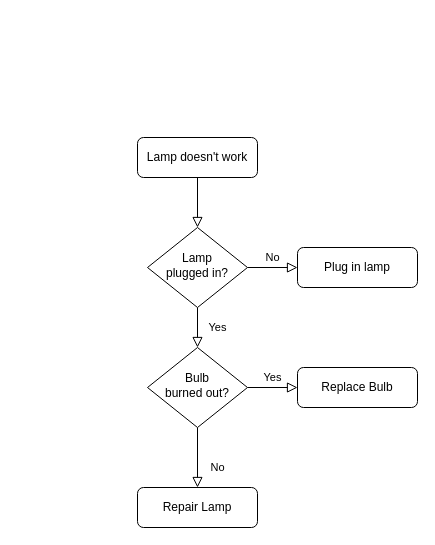
Above: Untitled Diagram.drawio in multi-io/drivetest (draw.io), before the change. Source tidied: cells renumbered, new cells numbered last; positions are measured from the earlier drawing's top-left corner, leaving out a move shared by most shapes. Both pictures are drawn from the tidied source at 100%, with x=0, y=0 at pixel (137, 137).
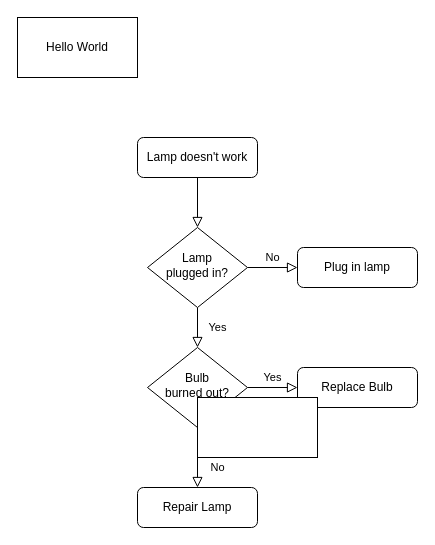
Above is the later version.

Change to the diagram source:
```diff
@@
 <mxGraphModel>
   <root>
     <mxCell id="0" />
     <mxCell id="1" parent="0" />
     <mxCell id="2" style="rounded=0;html=1;jettySize=auto;fontSize=11;endArrow=block;endFill=0;endSize=8;strokeWidth=1;shadow=0;labelBackgroundColor=none;edgeStyle=orthogonalEdgeStyle;" parent="1" edge="1" source="3" target="6">
       <mxGeometry relative="1" as="geometry" />
     </mxCell>
     <mxCell id="3" value="Lamp doesn't work" style="rounded=1;whiteSpace=wrap;html=1;fontSize=12;glass=0;strokeWidth=1;shadow=0;" parent="1" vertex="1">
       <mxGeometry width="120" height="40" as="geometry" />
     </mxCell>
     <mxCell id="4" value="Yes" style="rounded=0;html=1;jettySize=auto;fontSize=11;endArrow=block;endFill=0;endSize=8;strokeWidth=1;shadow=0;labelBackgroundColor=none;edgeStyle=orthogonalEdgeStyle;" parent="1" edge="1" source="6" target="10">
       <mxGeometry y="20" relative="1" as="geometry" />
     </mxCell>
     <mxCell id="5" value="No" style="edgeStyle=orthogonalEdgeStyle;rounded=0;html=1;jettySize=auto;fontSize=11;endArrow=block;endFill=0;endSize=8;strokeWidth=1;shadow=0;labelBackgroundColor=none;" parent="1" edge="1" source="6" target="7">
       <mxGeometry y="10" relative="1" as="geometry" />
     </mxCell>
     <mxCell id="6" value="Lamp&lt;br&gt;plugged in?" style="rhombus;whiteSpace=wrap;html=1;shadow=0;fontFamily=Helvetica;fontSize=12;align=center;strokeWidth=1;spacing=6;spacingTop=-4;" parent="1" vertex="1">
       <mxGeometry x="10" y="90" width="100" height="80" as="geometry" />
     </mxCell>
     <mxCell id="7" value="Plug in lamp" style="rounded=1;whiteSpace=wrap;html=1;fontSize=12;glass=0;strokeWidth=1;shadow=0;" parent="1" vertex="1">
       <mxGeometry x="160" y="110" width="120" height="40" as="geometry" />
     </mxCell>
     <mxCell id="8" value="No" style="rounded=0;html=1;jettySize=auto;fontSize=11;endArrow=block;endFill=0;endSize=8;strokeWidth=1;shadow=0;labelBackgroundColor=none;edgeStyle=orthogonalEdgeStyle;" parent="1" edge="1" source="10" target="11">
       <mxGeometry x="0.33" y="20" relative="1" as="geometry" />
     </mxCell>
     <mxCell id="9" value="Yes" style="edgeStyle=orthogonalEdgeStyle;rounded=0;html=1;jettySize=auto;fontSize=11;endArrow=block;endFill=0;endSize=8;strokeWidth=1;shadow=0;labelBackgroundColor=none;" parent="1" edge="1" source="10" target="12">
       <mxGeometry y="10" relative="1" as="geometry" />
     </mxCell>
     <mxCell id="10" value="Bulb&lt;br&gt;burned out?" style="rhombus;whiteSpace=wrap;html=1;shadow=0;fontFamily=Helvetica;fontSize=12;align=center;strokeWidth=1;spacing=6;spacingTop=-4;" parent="1" vertex="1">
       <mxGeometry x="10" y="210" width="100" height="80" as="geometry" />
     </mxCell>
     <mxCell id="11" value="Repair Lamp" style="rounded=1;whiteSpace=wrap;html=1;fontSize=12;glass=0;strokeWidth=1;shadow=0;" parent="1" vertex="1">
       <mxGeometry y="350" width="120" height="40" as="geometry" />
     </mxCell>
     <mxCell id="12" value="Replace Bulb" style="rounded=1;whiteSpace=wrap;html=1;fontSize=12;glass=0;strokeWidth=1;shadow=0;" parent="1" vertex="1">
       <mxGeometry x="160" y="230" width="120" height="40" as="geometry" />
     </mxCell>
+    <mxCell id="13" style="rounded=0;whiteSpace=wrap;html=1;" parent="1" vertex="1">
+      <mxGeometry x="60" y="260" width="120" height="60" as="geometry" />
+    </mxCell>
+    <mxCell id="14" value="Hello World" style="rounded=0;whiteSpace=wrap;html=1;" parent="1" vertex="1">
+      <mxGeometry x="-120" y="-120" width="120" height="60" as="geometry" />
+    </mxCell>
   </root>
 </mxGraphModel>
```
